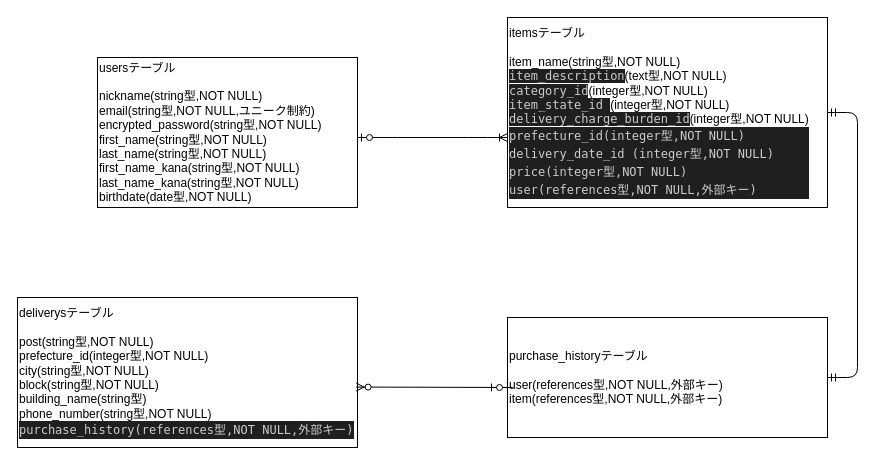
Above: furima.dio in karinkoike/furima-40201 (draw.io), before the change. Source tidied: cells renumbered, new cells numbered last; positions are measured from the earlier drawing's top-left corner, leaving out a move shared by most shapes. Both pictures are drawn from the tidied source at 100%, with x=0, y=0 at pixel (17, 17).
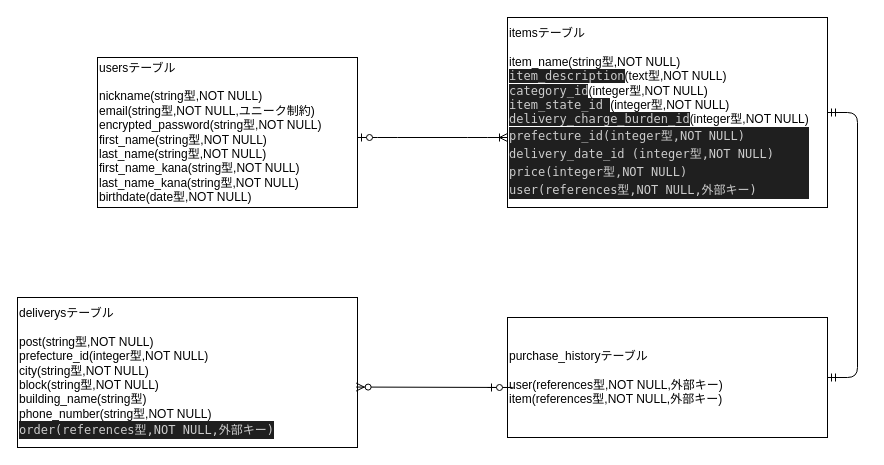
After the change.

The edit, as a diff of the source:
```diff
@@
 <mxGraphModel>
   <root>
     <mxCell id="0" />
     <mxCell id="1" parent="0" />
     <mxCell id="2" value="usersテーブル&lt;br&gt;&lt;br&gt;nickname(string型,NOT NULL)&lt;br&gt;email(string型,NOT NULL,ユニーク制約)&lt;br&gt;encrypted_password(string型,NOT NULL)&lt;br&gt;first_name(string型,NOT NULL)&lt;br&gt;last_name(string型,NOT NULL)&lt;br&gt;first_name_kana(string型,NOT NULL)&lt;br&gt;last_name_kana(string型,NOT NULL)&lt;br&gt;birthdate(date型,NOT NULL)" style="rounded=0;whiteSpace=wrap;html=1;align=left;" parent="1" vertex="1">
       <mxGeometry x="80" y="40" width="260" height="150" as="geometry" />
     </mxCell>
     <mxCell id="3" value="itemsテーブル&lt;br&gt;&lt;br&gt;item_name(string型,NOT NULL)&lt;br&gt;&lt;span style=&quot;background-color: rgb(31, 31, 31); color: rgb(204, 204, 204); font-family: Menlo, Monaco, &amp;quot;Courier New&amp;quot;, monospace;&quot;&gt;item_description&lt;/span&gt;(text型,NOT NULL)&lt;br&gt;&lt;span style=&quot;background-color: rgb(31, 31, 31); color: rgb(204, 204, 204); font-family: Menlo, Monaco, &amp;quot;Courier New&amp;quot;, monospace;&quot;&gt;category_id&lt;/span&gt;(integer型,NOT NULL)&lt;br&gt;&lt;span style=&quot;background-color: rgb(31, 31, 31); color: rgb(204, 204, 204); font-family: Menlo, Monaco, &amp;quot;Courier New&amp;quot;, monospace;&quot;&gt;item_state_id &lt;/span&gt;(integer型,NOT NULL)&lt;br&gt;&lt;span style=&quot;background-color: rgb(31, 31, 31); color: rgb(204, 204, 204); font-family: Menlo, Monaco, &amp;quot;Courier New&amp;quot;, monospace;&quot;&gt;delivery_charge_burden_id&lt;/span&gt;(integer型,NOT NULL)&lt;br&gt;&lt;div style=&quot;color: rgb(204, 204, 204); background-color: rgb(31, 31, 31); font-family: Menlo, Monaco, &amp;quot;Courier New&amp;quot;, monospace; line-height: 18px;&quot;&gt;&lt;span style=&quot;&quot;&gt;prefecture_id&lt;/span&gt;(integer型,NOT NULL)&lt;/div&gt;&lt;div style=&quot;color: rgb(204, 204, 204); background-color: rgb(31, 31, 31); font-family: Menlo, Monaco, &amp;quot;Courier New&amp;quot;, monospace; line-height: 18px;&quot;&gt;&lt;div style=&quot;line-height: 18px;&quot;&gt;&lt;span style=&quot;&quot;&gt;delivery_date_id &lt;/span&gt;(integer型,NOT NULL)&lt;/div&gt;&lt;div style=&quot;line-height: 18px;&quot;&gt;&lt;div style=&quot;line-height: 18px;&quot;&gt;&lt;span style=&quot;&quot;&gt;price&lt;/span&gt;(integer型,NOT NULL)&lt;/div&gt;&lt;div style=&quot;line-height: 18px;&quot;&gt;user(references型,NOT NULL,外部キー)&lt;/div&gt;&lt;/div&gt;&lt;/div&gt;" style="rounded=0;whiteSpace=wrap;html=1;align=left;" parent="1" vertex="1">
       <mxGeometry x="490" width="320" height="190" as="geometry" />
     </mxCell>
     <mxCell id="4" style="edgeStyle=entityRelationEdgeStyle;fontSize=12;html=1;endArrow=ERoneToMany;startArrow=ERzeroToOne;" parent="1" edge="1">
       <mxGeometry relative="1" as="geometry">
         <mxPoint x="340" y="120" as="sourcePoint" />
         <mxPoint x="490" y="120" as="targetPoint" />
       </mxGeometry>
     </mxCell>
     <mxCell id="5" value="purchase_historyテーブル&lt;br&gt;&lt;br&gt;user(references型,NOT NULL,外部キー)&lt;br&gt;item(references型,NOT NULL,外部キー)" style="rounded=0;whiteSpace=wrap;html=1;align=left;" parent="1" vertex="1">
       <mxGeometry x="490" y="300" width="320" height="120" as="geometry" />
     </mxCell>
     <mxCell id="6" style="edgeStyle=entityRelationEdgeStyle;fontSize=12;html=1;endArrow=ERmandOne;startArrow=ERmandOne;" parent="1" edge="1" source="5" target="3">
       <mxGeometry relative="1" as="geometry" />
     </mxCell>
-    <mxCell id="7" value="deliverysテーブル&lt;br&gt;&lt;br&gt;post(string型,NOT NULL)&lt;br&gt;prefecture_id(integer型,NOT NULL)&lt;br&gt;city(string型,NOT NULL)&lt;br&gt;block(string型,NOT NULL)&lt;br&gt;building_name(string型)&lt;br&gt;phone_number(string型,NOT NULL)&lt;br&gt;&lt;div style=&quot;color: rgb(204, 204, 204); background-color: rgb(31, 31, 31); font-family: Menlo, Monaco, &amp;quot;Courier New&amp;quot;, monospace; line-height: 18px;&quot;&gt;purchase_history(references型,NOT NULL,外部キー)&lt;/div&gt;" style="rounded=0;whiteSpace=wrap;html=1;align=left;" parent="1" vertex="1">
+    <mxCell id="7" value="deliverysテーブル&lt;br&gt;&lt;br&gt;post(string型,NOT NULL)&lt;br&gt;prefecture_id(integer型,NOT NULL)&lt;br&gt;city(string型,NOT NULL)&lt;br&gt;block(string型,NOT NULL)&lt;br&gt;building_name(string型)&lt;br&gt;phone_number(string型,NOT NULL)&lt;br&gt;&lt;div style=&quot;color: rgb(204, 204, 204); background-color: rgb(31, 31, 31); font-family: Menlo, Monaco, &amp;quot;Courier New&amp;quot;, monospace; line-height: 18px;&quot;&gt;order(references型,NOT NULL,外部キー)&lt;/div&gt;" style="rounded=0;whiteSpace=wrap;html=1;align=left;" parent="1" vertex="1">
       <mxGeometry y="280" width="340" height="150" as="geometry" />
     </mxCell>
     <mxCell id="8" style="edgeStyle=entityRelationEdgeStyle;fontSize=12;html=1;endArrow=ERzeroToMany;startArrow=ERzeroToOne;entryX=0.996;entryY=0.597;entryDx=0;entryDy=0;entryPerimeter=0;" parent="1" edge="1" target="7">
       <mxGeometry relative="1" as="geometry">
         <mxPoint x="470" y="370" as="sourcePoint" />
       </mxGeometry>
     </mxCell>
   </root>
 </mxGraphModel>
```
